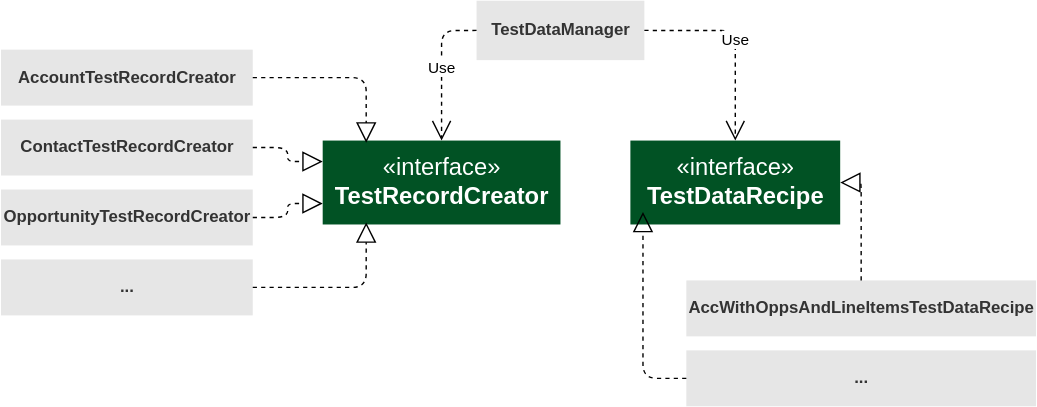
The draw.io diagram hwToolkit/resources/apexTestData-UML-H2.svg in hwconsult/hwconsult.github.io, before a commit. Source tidied: cells renumbered, new cells last; positions are measured from the earlier drawing's top-left corner, leaving out a move shared by most shapes.
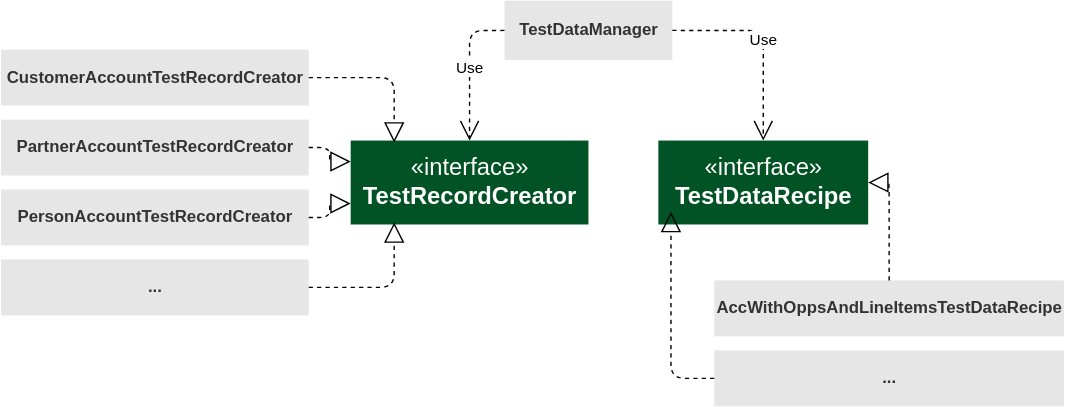
After the commit.

Diff of the diagram source:
```diff
@@ -11,17 +11,17 @@
     <mxCell id="4" value="«interface»&lt;br style=&quot;font-size: 17px;&quot;&gt;&lt;b style=&quot;font-size: 17px;&quot;&gt;TestDataRecipe&lt;/b&gt;" style="html=1;strokeColor=none;fillColor=#015224;fontColor=#FFFFFF;fontSize=17;" parent="1" vertex="1">
       <mxGeometry x="450" y="100" width="150" height="60" as="geometry" />
     </mxCell>
-    <mxCell id="5" value="AccountTestRecordCreator" style="html=1;strokeColor=none;fillColor=#E6E6E6;fontColor=#333333;fontStyle=1;" parent="1" vertex="1">
-      <mxGeometry y="35" width="180" height="40" as="geometry" />
+    <mxCell id="5" value="CustomerAccountTestRecordCreator" style="html=1;strokeColor=none;fillColor=#E6E6E6;fontColor=#333333;fontStyle=1;" parent="1" vertex="1">
+      <mxGeometry x="-20" y="35" width="220" height="40" as="geometry" />
     </mxCell>
-    <mxCell id="6" value="ContactTestRecordCreator" style="html=1;strokeColor=none;fillColor=#E6E6E6;fontColor=#333333;fontStyle=1;" parent="1" vertex="1">
-      <mxGeometry y="85" width="180" height="40" as="geometry" />
+    <mxCell id="6" value="PartnerAccountTestRecordCreator" style="html=1;strokeColor=none;fillColor=#E6E6E6;fontColor=#333333;fontStyle=1;" parent="1" vertex="1">
+      <mxGeometry x="-20" y="85" width="220" height="40" as="geometry" />
     </mxCell>
-    <mxCell id="7" value="OpportunityTestRecordCreator" style="html=1;strokeColor=none;fillColor=#E6E6E6;fontColor=#333333;fontStyle=1;" parent="1" vertex="1">
-      <mxGeometry y="135" width="180" height="40" as="geometry" />
+    <mxCell id="7" value="PersonAccountTestRecordCreator" style="html=1;strokeColor=none;fillColor=#E6E6E6;fontColor=#333333;fontStyle=1;" parent="1" vertex="1">
+      <mxGeometry x="-20" y="135" width="220" height="40" as="geometry" />
     </mxCell>
     <mxCell id="8" value="..." style="html=1;strokeColor=none;fillColor=#E6E6E6;fontColor=#333333;fontStyle=1;" parent="1" vertex="1">
-      <mxGeometry y="185" width="180" height="40" as="geometry" />
+      <mxGeometry x="-20" y="185" width="220" height="40" as="geometry" />
     </mxCell>
     <mxCell id="9" value="Use" style="endArrow=open;endSize=12;dashed=1;html=1;exitX=0;exitY=0.5;exitDx=0;exitDy=0;entryX=0.5;entryY=0;entryDx=0;entryDy=0;edgeStyle=orthogonalEdgeStyle;" parent="1" edge="1" source="2" target="3">
       <mxGeometry relative="1" as="geometry" />
```
